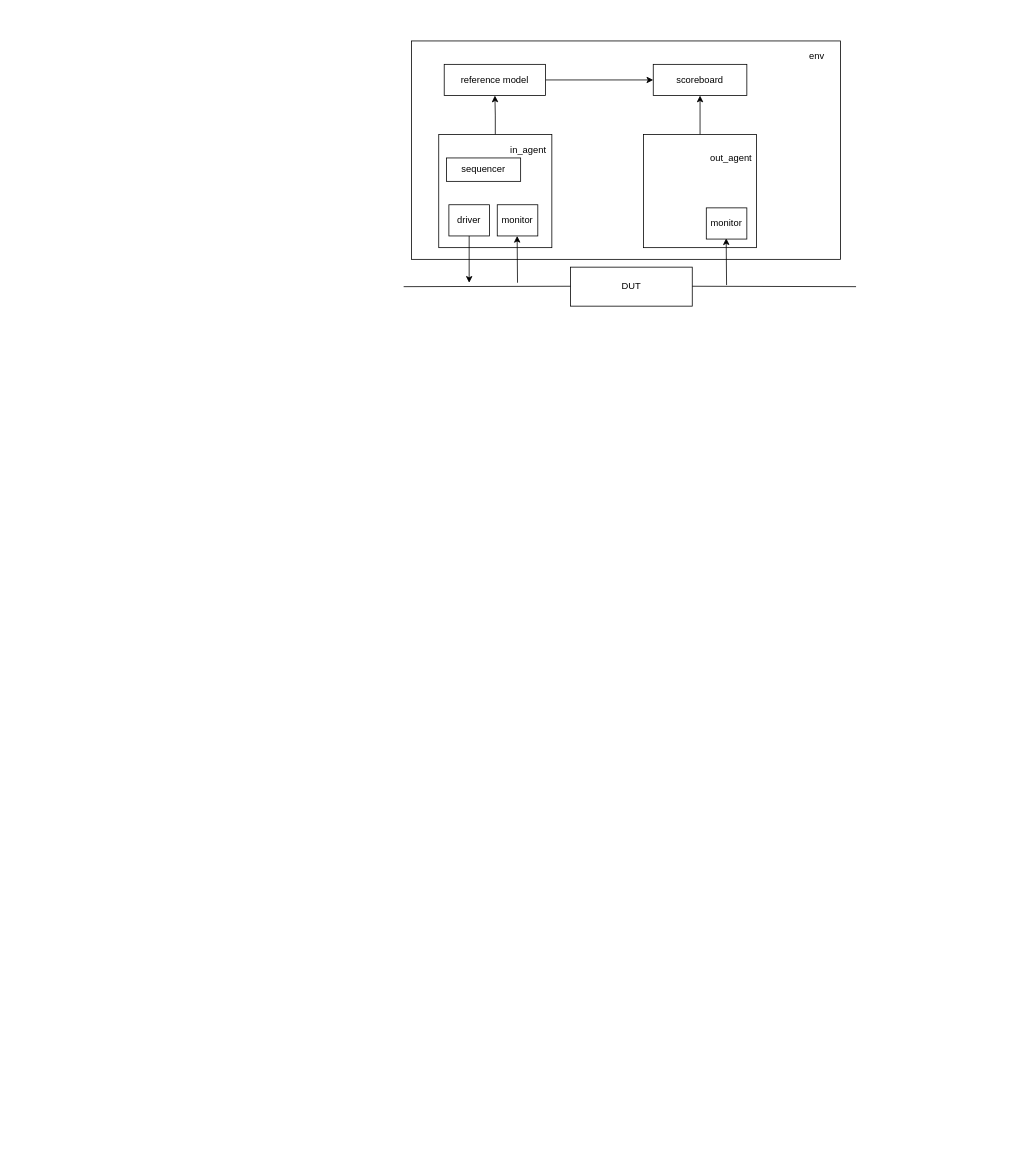
ghr12345/firsttest keeps this draw.io diagram as UVM基本架构实现.drawio. Above is the earlier version. Source tidied: cells renumbered, new cells numbered last; positions are measured from the earlier drawing's top-left corner, leaving out a move shared by most shapes. Both pictures are drawn from the tidied source at 78%, with x=0, y=0 at pixel (403, 41).
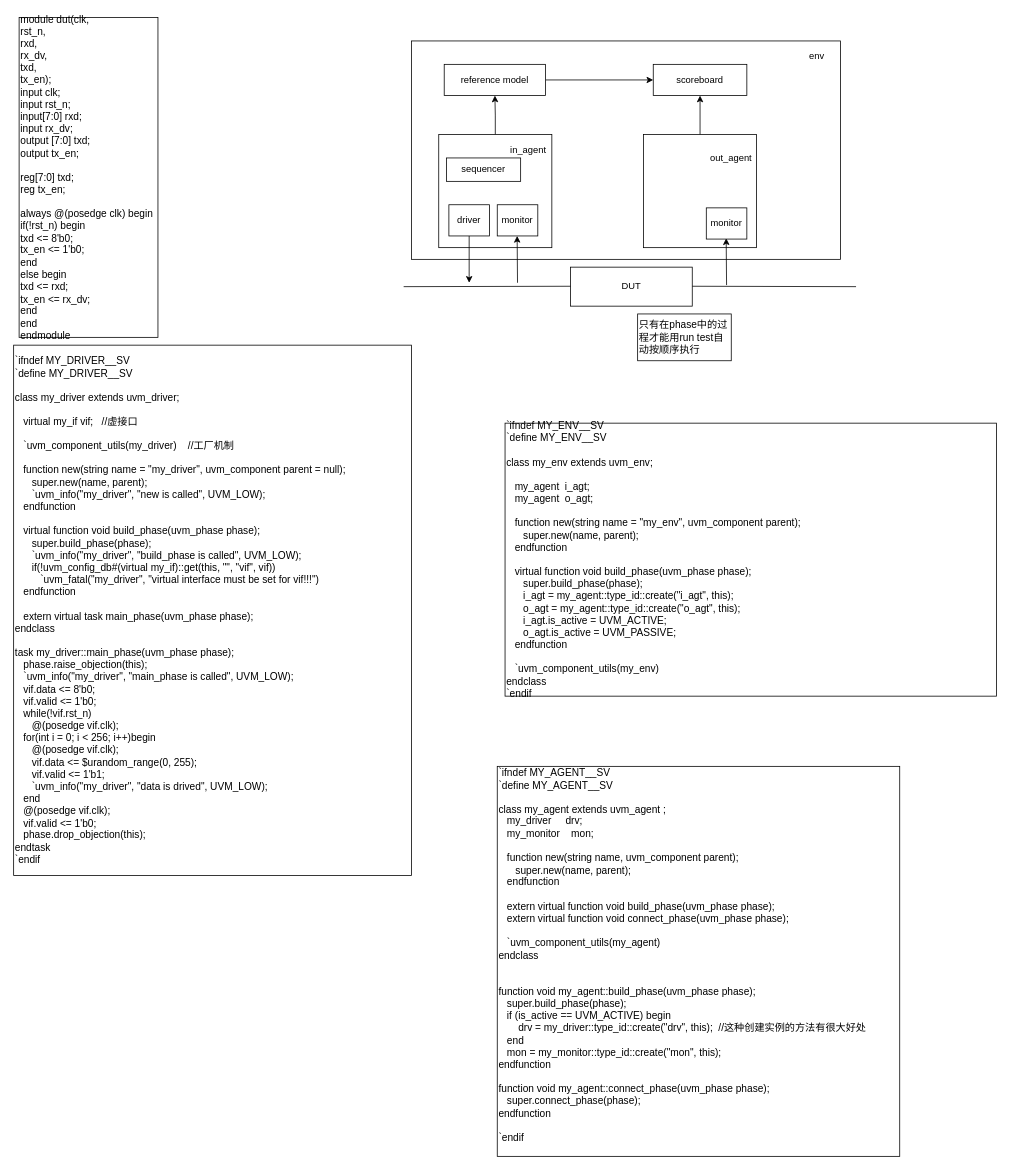
After the change.

Commit message:
更新UVM基本架构实现.drawio

Diff of the diagram source:
```diff
@@
+    <mxCell id="23" value="&lt;div style=&quot;font-size: 13px;&quot;&gt;module dut(clk,&amp;nbsp;&lt;/div&gt;&lt;div style=&quot;font-size: 13px;&quot;&gt;rst_n,&amp;nbsp;&lt;/div&gt;&lt;div style=&quot;font-size: 13px;&quot;&gt;rxd,&amp;nbsp;&lt;/div&gt;&lt;div style=&quot;font-size: 13px;&quot;&gt;rx_dv,&amp;nbsp;&lt;/div&gt;&lt;div style=&quot;font-size: 13px;&quot;&gt;txd,&amp;nbsp;&lt;/div&gt;&lt;div style=&quot;font-size: 13px;&quot;&gt;tx_en);&amp;nbsp;&lt;/div&gt;&lt;div style=&quot;font-size: 13px;&quot;&gt;input clk;&amp;nbsp;&lt;/div&gt;&lt;div style=&quot;font-size: 13px;&quot;&gt;input rst_n;&amp;nbsp;&lt;/div&gt;&lt;div style=&quot;font-size: 13px;&quot;&gt;input[7:0] rxd;&amp;nbsp;&lt;/div&gt;&lt;div style=&quot;font-size: 13px;&quot;&gt;input rx_dv;&amp;nbsp;&lt;/div&gt;&lt;div style=&quot;font-size: 13px;&quot;&gt;output [7:0] txd;&amp;nbsp;&lt;/div&gt;&lt;div style=&quot;font-size: 13px;&quot;&gt;output tx_en;&amp;nbsp;&lt;/div&gt;&lt;div style=&quot;font-size: 13px;&quot;&gt;&lt;br style=&quot;font-size: 13px;&quot;&gt;&lt;/div&gt;&lt;div style=&quot;font-size: 13px;&quot;&gt;reg[7:0] txd;&amp;nbsp;&lt;/div&gt;&lt;div style=&quot;font-size: 13px;&quot;&gt;reg tx_en;&amp;nbsp;&lt;/div&gt;&lt;div style=&quot;font-size: 13px;&quot;&gt;&lt;br style=&quot;font-size: 13px;&quot;&gt;&lt;/div&gt;&lt;div style=&quot;font-size: 13px;&quot;&gt;always @(posedge clk) begin&amp;nbsp;&lt;/div&gt;&lt;div style=&quot;font-size: 13px;&quot;&gt;&lt;span style=&quot;font-size: 13px;&quot;&gt; &lt;/span&gt;if(!rst_n) begin&amp;nbsp;&lt;/div&gt;&lt;div style=&quot;font-size: 13px;&quot;&gt;&lt;span style=&quot;font-size: 13px;&quot;&gt; &lt;/span&gt;txd &amp;lt;= 8'b0;&amp;nbsp;&lt;/div&gt;&lt;div style=&quot;font-size: 13px;&quot;&gt;&lt;span style=&quot;font-size: 13px;&quot;&gt; &lt;/span&gt;tx_en &amp;lt;= 1'b0;&amp;nbsp;&lt;/div&gt;&lt;div style=&quot;font-size: 13px;&quot;&gt;&lt;span style=&quot;font-size: 13px;&quot;&gt; &lt;/span&gt;end&amp;nbsp;&lt;/div&gt;&lt;div style=&quot;font-size: 13px;&quot;&gt;&lt;span style=&quot;font-size: 13px;&quot;&gt; &lt;/span&gt;else begin&amp;nbsp;&lt;/div&gt;&lt;div style=&quot;font-size: 13px;&quot;&gt;&lt;span style=&quot;font-size: 13px;&quot;&gt; &lt;/span&gt;txd &amp;lt;= rxd;&amp;nbsp;&lt;/div&gt;&lt;div style=&quot;font-size: 13px;&quot;&gt;&lt;span style=&quot;font-size: 13px;&quot;&gt; &lt;/span&gt;tx_en &amp;lt;= rx_dv;&amp;nbsp;&lt;/div&gt;&lt;div style=&quot;font-size: 13px;&quot;&gt;&lt;span style=&quot;font-size: 13px;&quot;&gt; &lt;/span&gt;end&amp;nbsp;&lt;/div&gt;&lt;div style=&quot;font-size: 13px;&quot;&gt;end&amp;nbsp;&lt;/div&gt;&lt;div style=&quot;font-size: 13px;&quot;&gt;endmodule&lt;/div&gt;" style="rounded=0;whiteSpace=wrap;html=1;fontSize=13;align=left;" parent="1" vertex="1">
+      <mxGeometry x="-493" y="-30" width="178" height="410" as="geometry" />
+    </mxCell>
+    <mxCell id="24" value="&lt;div&gt;&lt;div&gt;`ifndef MY_DRIVER__SV&lt;/div&gt;&lt;div&gt;`define MY_DRIVER__SV&lt;/div&gt;&lt;div&gt;&lt;br&gt;&lt;/div&gt;&lt;div&gt;class my_driver extends uvm_driver;&lt;/div&gt;&lt;div&gt;&lt;br&gt;&lt;/div&gt;&lt;div&gt;&amp;nbsp; &amp;nbsp;virtual my_if vif;&amp;nbsp; &amp;nbsp;//虚接口&lt;/div&gt;&lt;div&gt;&lt;br&gt;&lt;/div&gt;&lt;div&gt;&amp;nbsp; &amp;nbsp;`uvm_component_utils(my_driver)&amp;nbsp; &amp;nbsp; //工厂机制&lt;/div&gt;&lt;div&gt;&lt;br&gt;&lt;/div&gt;&lt;div&gt;&amp;nbsp; &amp;nbsp;function new(string name = &quot;my_driver&quot;, uvm_component parent = null);&lt;/div&gt;&lt;div&gt;&amp;nbsp; &amp;nbsp; &amp;nbsp; super.new(name, parent);&lt;/div&gt;&lt;div&gt;&amp;nbsp; &amp;nbsp; &amp;nbsp; `uvm_info(&quot;my_driver&quot;, &quot;new is called&quot;, UVM_LOW);&lt;/div&gt;&lt;div&gt;&amp;nbsp; &amp;nbsp;endfunction&lt;/div&gt;&lt;div&gt;&lt;br&gt;&lt;/div&gt;&lt;div&gt;&amp;nbsp; &amp;nbsp;virtual function void build_phase(uvm_phase phase);&lt;/div&gt;&lt;div&gt;&amp;nbsp; &amp;nbsp; &amp;nbsp; super.build_phase(phase);&lt;/div&gt;&lt;div&gt;&amp;nbsp; &amp;nbsp; &amp;nbsp; `uvm_info(&quot;my_driver&quot;, &quot;build_phase is called&quot;, UVM_LOW);&lt;/div&gt;&lt;div&gt;&amp;nbsp; &amp;nbsp; &amp;nbsp; if(!uvm_config_db#(virtual my_if)::get(this, &quot;&quot;, &quot;vif&quot;, vif))&lt;/div&gt;&lt;div&gt;&amp;nbsp; &amp;nbsp; &amp;nbsp; &amp;nbsp; &amp;nbsp;`uvm_fatal(&quot;my_driver&quot;, &quot;virtual interface must be set for vif!!!&quot;)&lt;/div&gt;&lt;div&gt;&amp;nbsp; &amp;nbsp;endfunction&lt;/div&gt;&lt;div&gt;&lt;br&gt;&lt;/div&gt;&lt;div&gt;&amp;nbsp; &amp;nbsp;extern virtual task main_phase(uvm_phase phase);&lt;/div&gt;&lt;div&gt;endclass&lt;/div&gt;&lt;div&gt;&lt;br&gt;&lt;/div&gt;&lt;div&gt;task my_driver::main_phase(uvm_phase phase);&lt;/div&gt;&lt;div&gt;&amp;nbsp; &amp;nbsp;phase.raise_objection(this);&lt;/div&gt;&lt;div&gt;&amp;nbsp; &amp;nbsp;`uvm_info(&quot;my_driver&quot;, &quot;main_phase is called&quot;, UVM_LOW);&lt;/div&gt;&lt;div&gt;&amp;nbsp; &amp;nbsp;vif.data &amp;lt;= 8'b0;&amp;nbsp;&lt;/div&gt;&lt;div&gt;&amp;nbsp; &amp;nbsp;vif.valid &amp;lt;= 1'b0;&lt;/div&gt;&lt;div&gt;&amp;nbsp; &amp;nbsp;while(!vif.rst_n)&lt;/div&gt;&lt;div&gt;&amp;nbsp; &amp;nbsp; &amp;nbsp; @(posedge vif.clk);&lt;/div&gt;&lt;div&gt;&amp;nbsp; &amp;nbsp;for(int i = 0; i &amp;lt; 256; i++)begin&lt;/div&gt;&lt;div&gt;&amp;nbsp; &amp;nbsp; &amp;nbsp; @(posedge vif.clk);&lt;/div&gt;&lt;div&gt;&amp;nbsp; &amp;nbsp; &amp;nbsp; vif.data &amp;lt;= $urandom_range(0, 255);&lt;/div&gt;&lt;div&gt;&amp;nbsp; &amp;nbsp; &amp;nbsp; vif.valid &amp;lt;= 1'b1;&lt;/div&gt;&lt;div&gt;&amp;nbsp; &amp;nbsp; &amp;nbsp; `uvm_info(&quot;my_driver&quot;, &quot;data is drived&quot;, UVM_LOW);&lt;/div&gt;&lt;div&gt;&amp;nbsp; &amp;nbsp;end&lt;/div&gt;&lt;div&gt;&amp;nbsp; &amp;nbsp;@(posedge vif.clk);&lt;/div&gt;&lt;div&gt;&amp;nbsp; &amp;nbsp;vif.valid &amp;lt;= 1'b0;&lt;/div&gt;&lt;div&gt;&amp;nbsp; &amp;nbsp;phase.drop_objection(this);&lt;/div&gt;&lt;div&gt;endtask&lt;/div&gt;&lt;div&gt;`endif&lt;/div&gt;&lt;/div&gt;" style="rounded=0;whiteSpace=wrap;html=1;fontSize=13;align=left;" parent="1" vertex="1">
+      <mxGeometry x="-500" y="390" width="510" height="680" as="geometry" />
+    </mxCell>
+    <mxCell id="25" value="只有在phase中的过程才能用run test自动按顺序执行" style="rounded=0;whiteSpace=wrap;html=1;fontSize=13;align=left;" parent="1" vertex="1">
+      <mxGeometry x="300" y="350" width="120" height="60" as="geometry" />
+    </mxCell>
+    <mxCell id="26" value="&lt;div&gt;`ifndef MY_ENV__SV&lt;/div&gt;&lt;div&gt;`define MY_ENV__SV&lt;/div&gt;&lt;div&gt;&lt;br&gt;&lt;/div&gt;&lt;div&gt;class my_env extends uvm_env;&lt;/div&gt;&lt;div&gt;&lt;br&gt;&lt;/div&gt;&lt;div&gt;&amp;nbsp; &amp;nbsp;my_agent&amp;nbsp; i_agt;&lt;/div&gt;&lt;div&gt;&amp;nbsp; &amp;nbsp;my_agent&amp;nbsp; o_agt;&lt;/div&gt;&lt;div&gt;&amp;nbsp; &amp;nbsp;&lt;/div&gt;&lt;div&gt;&amp;nbsp; &amp;nbsp;function new(string name = &quot;my_env&quot;, uvm_component parent);&lt;/div&gt;&lt;div&gt;&amp;nbsp; &amp;nbsp; &amp;nbsp; super.new(name, parent);&lt;/div&gt;&lt;div&gt;&amp;nbsp; &amp;nbsp;endfunction&lt;/div&gt;&lt;div&gt;&lt;br&gt;&lt;/div&gt;&lt;div&gt;&amp;nbsp; &amp;nbsp;virtual function void build_phase(uvm_phase phase);&lt;/div&gt;&lt;div&gt;&amp;nbsp; &amp;nbsp; &amp;nbsp; super.build_phase(phase);&lt;/div&gt;&lt;div&gt;&amp;nbsp; &amp;nbsp; &amp;nbsp; i_agt = my_agent::type_id::create(&quot;i_agt&quot;, this);&lt;/div&gt;&lt;div&gt;&amp;nbsp; &amp;nbsp; &amp;nbsp; o_agt = my_agent::type_id::create(&quot;o_agt&quot;, this);&lt;/div&gt;&lt;div&gt;&amp;nbsp; &amp;nbsp; &amp;nbsp; i_agt.is_active = UVM_ACTIVE;&lt;/div&gt;&lt;div&gt;&amp;nbsp; &amp;nbsp; &amp;nbsp; o_agt.is_active = UVM_PASSIVE;&lt;/div&gt;&lt;div&gt;&amp;nbsp; &amp;nbsp;endfunction&lt;/div&gt;&lt;div&gt;&lt;br&gt;&lt;/div&gt;&lt;div&gt;&amp;nbsp; &amp;nbsp;`uvm_component_utils(my_env)&lt;/div&gt;&lt;div&gt;endclass&lt;/div&gt;&lt;div&gt;`endif&lt;/div&gt;" style="rounded=0;whiteSpace=wrap;html=1;fontSize=13;align=left;" parent="1" vertex="1">
+      <mxGeometry x="130" y="490" width="630" height="350" as="geometry" />
+    </mxCell>
+    <mxCell id="27" value="&lt;div&gt;`ifndef MY_AGENT__SV&lt;/div&gt;&lt;div&gt;`define MY_AGENT__SV&lt;/div&gt;&lt;div&gt;&lt;br&gt;&lt;/div&gt;&lt;div&gt;class my_agent extends uvm_agent ;&lt;/div&gt;&lt;div&gt;&amp;nbsp; &amp;nbsp;my_driver&amp;nbsp; &amp;nbsp; &amp;nbsp;drv;&lt;/div&gt;&lt;div&gt;&amp;nbsp; &amp;nbsp;my_monitor&amp;nbsp; &amp;nbsp; mon;&lt;/div&gt;&lt;div&gt;&amp;nbsp; &amp;nbsp;&lt;/div&gt;&lt;div&gt;&amp;nbsp; &amp;nbsp;function new(string name, uvm_component parent);&lt;/div&gt;&lt;div&gt;&amp;nbsp; &amp;nbsp; &amp;nbsp; super.new(name, parent);&lt;/div&gt;&lt;div&gt;&amp;nbsp; &amp;nbsp;endfunction&amp;nbsp;&lt;/div&gt;&lt;div&gt;&amp;nbsp; &amp;nbsp;&lt;/div&gt;&lt;div&gt;&amp;nbsp; &amp;nbsp;extern virtual function void build_phase(uvm_phase phase);&lt;/div&gt;&lt;div&gt;&amp;nbsp; &amp;nbsp;extern virtual function void connect_phase(uvm_phase phase);&lt;/div&gt;&lt;div&gt;&lt;br&gt;&lt;/div&gt;&lt;div&gt;&amp;nbsp; &amp;nbsp;`uvm_component_utils(my_agent)&lt;/div&gt;&lt;div&gt;endclass&amp;nbsp;&lt;/div&gt;&lt;div&gt;&lt;br&gt;&lt;/div&gt;&lt;div&gt;&lt;br&gt;&lt;/div&gt;&lt;div&gt;function void my_agent::build_phase(uvm_phase phase);&lt;/div&gt;&lt;div&gt;&amp;nbsp; &amp;nbsp;super.build_phase(phase);&lt;/div&gt;&lt;div&gt;&amp;nbsp; &amp;nbsp;if (is_active == UVM_ACTIVE) begin&lt;/div&gt;&lt;div&gt;&amp;nbsp; &amp;nbsp; &amp;nbsp; &amp;nbsp;drv = my_driver::type_id::create(&quot;drv&quot;, this);&amp;nbsp; //这种创建实例的方法有很大好处&lt;/div&gt;&lt;div&gt;&amp;nbsp; &amp;nbsp;end&lt;/div&gt;&lt;div&gt;&amp;nbsp; &amp;nbsp;mon = my_monitor::type_id::create(&quot;mon&quot;, this);&lt;/div&gt;&lt;div&gt;endfunction&amp;nbsp;&lt;/div&gt;&lt;div&gt;&lt;br&gt;&lt;/div&gt;&lt;div&gt;function void my_agent::connect_phase(uvm_phase phase);&lt;/div&gt;&lt;div&gt;&amp;nbsp; &amp;nbsp;super.connect_phase(phase);&lt;/div&gt;&lt;div&gt;endfunction&lt;/div&gt;&lt;div&gt;&lt;br&gt;&lt;/div&gt;&lt;div&gt;`endif&lt;/div&gt;&lt;div&gt;&lt;br&gt;&lt;/div&gt;" style="rounded=0;whiteSpace=wrap;html=1;fontSize=13;align=left;" parent="1" vertex="1">
+      <mxGeometry x="120" y="930" width="516" height="500" as="geometry" />
+    </mxCell>
```
